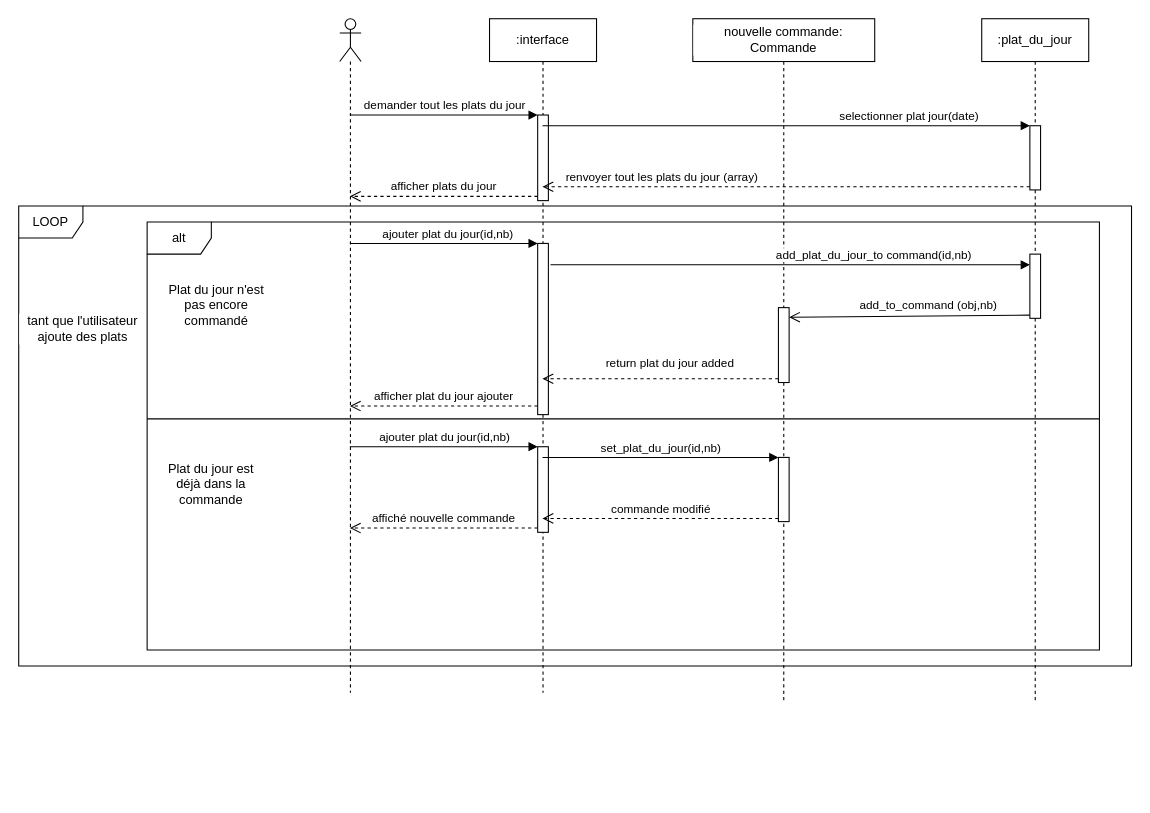
The draw.io diagram page "Ajout plat du jour" (3 of 4) of sequence_diagrams.drawio in sebastien-deren/projet_4, before the edit. Source tidied: cells renumbered, new cells numbered last; positions are measured from the earlier drawing's top-left corner, leaving out a move shared by most shapes. Both pictures are drawn from the tidied source at 107%, with x=0, y=0 at pixel (18, 18).
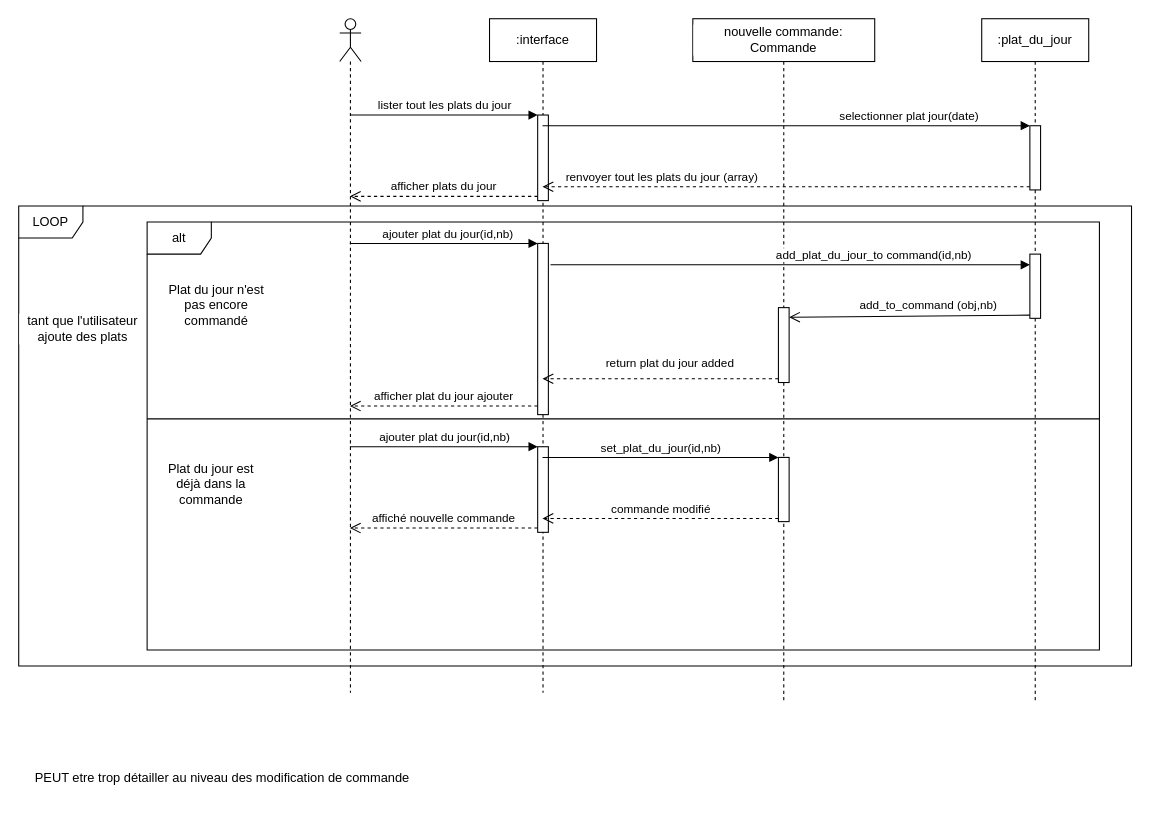
The same diagram, later.

Commit message (it also covers changes not shown here):
Mettre à jour sequence_diagrams.drawio

The change refers to these unchanged cells:
```xml
<mxCell id="4" style="shape=umlLifeline;participant=umlActor;perimeter=lifelinePerimeter;whiteSpace=wrap;html=1;verticalAlign=top;spacingTop=36;outlineConnect=0;labelBackgroundColor=default;" parent="1" vertex="1">
  <mxGeometry x="300" width="20" height="630" as="geometry" />
</mxCell>
<mxCell id="6" style="html=1;points=[];perimeter=orthogonalPerimeter;labelBackgroundColor=default;" parent="5" vertex="1">
  <mxGeometry x="45" y="90" width="10" height="80" as="geometry" />
</mxCell>
```

Diff of the diagram source:
```diff
@@
-    <mxCell id="15" value="demander tout les plats du jour" style="html=1;verticalAlign=bottom;endArrow=block;entryX=0;entryY=0;rounded=0;" parent="1" edge="1" source="4" target="6">
+    <mxCell id="15" value="lister tout les plats du jour" style="html=1;verticalAlign=bottom;endArrow=block;entryX=0;entryY=0;rounded=0;" parent="1" edge="1" source="4" target="6">
       <mxGeometry relative="1" as="geometry" />
     </mxCell>
@@
+    <mxCell id="32" value="PEUT etre trop détailler au niveau des modification de commande" style="text;html=1;align=center;verticalAlign=middle;strokeColor=none;fillColor=none;" parent="1" vertex="1">
+      <mxGeometry x="5" y="695" width="370" height="30" as="geometry" />
+    </mxCell>
```
